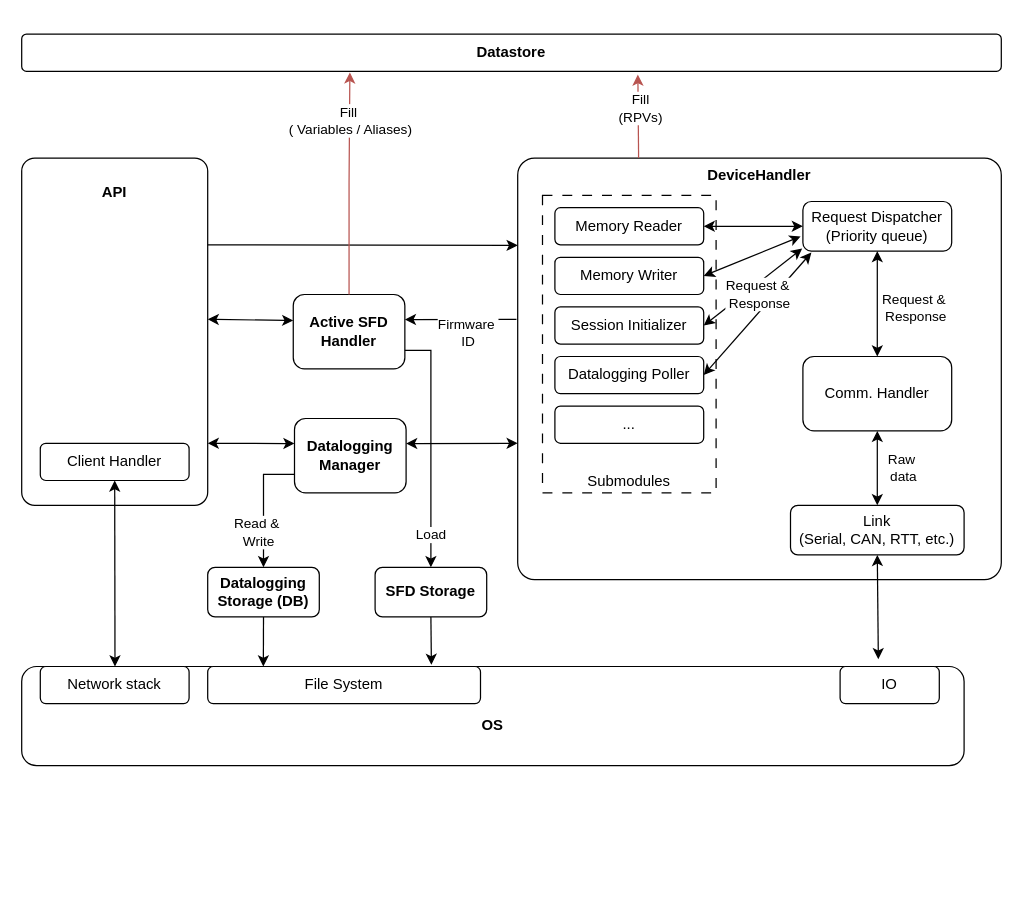
scrutinydebugger/scrutiny-devtools keeps this draw.io diagram as draw.io/server_architecture.drawio. Above is the earlier version. Source tidied: cells renumbered, new cells numbered last; positions are measured from the earlier drawing's top-left corner, leaving out a move shared by most shapes. Both pictures are drawn from the tidied source at 124%, with x=0, y=0 at pixel (21, 33).
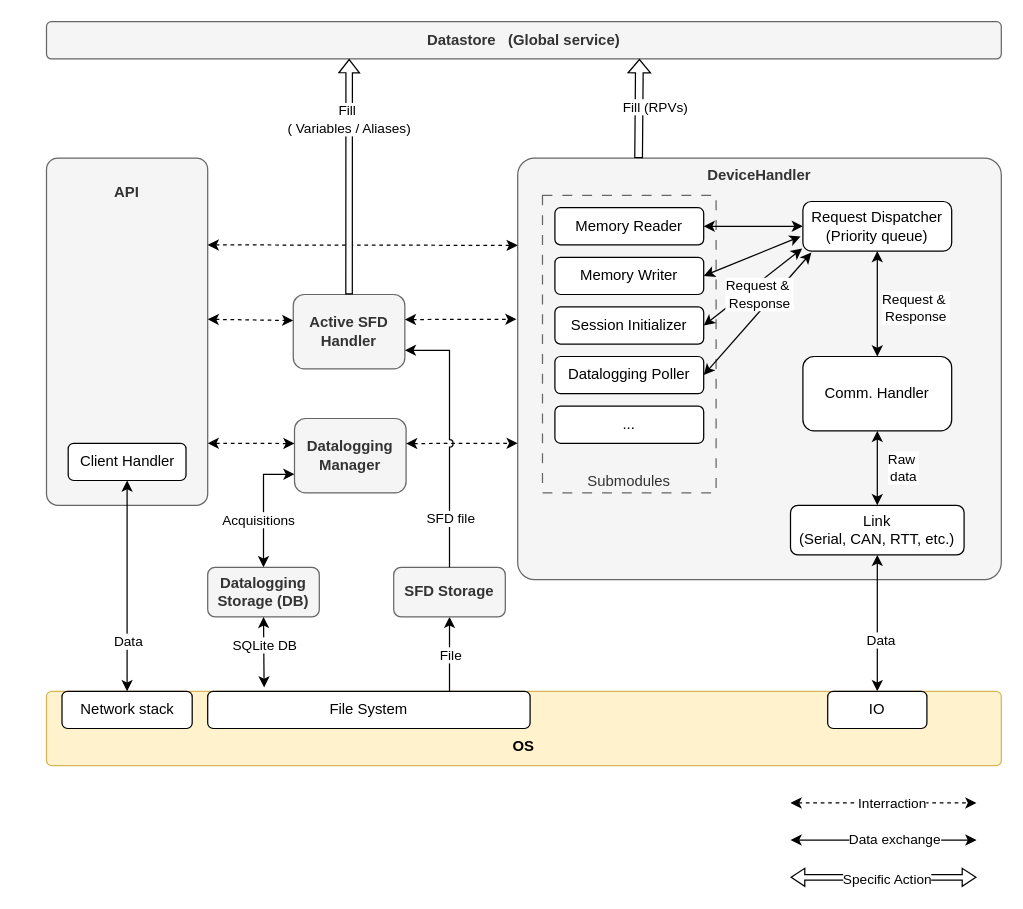
The same page after the edit.

The change refers to these unchanged cells:
```xml
<mxCell id="10" value="Link&lt;br&gt;(Serial, CAN, RTT, etc.)" style="rounded=1;whiteSpace=wrap;html=1;" parent="1" vertex="1">
  <mxGeometry x="620" y="380" width="140" height="40" as="geometry" />
</mxCell>
<mxCell id="21" style="edgeStyle=none;rounded=0;jettySize=auto;html=1;exitX=1;exitY=0.5;exitDx=0;exitDy=0;entryX=0.057;entryY=1.03;entryDx=0;entryDy=0;entryPerimeter=0;startArrow=classic;startFill=1;" parent="1" edge="1" source="23" target="13">
  <mxGeometry relative="1" as="geometry" />
</mxCell>
<mxCell id="26" style="group;verticalAlign=top;" parent="1" vertex="1">
  <mxGeometry y="100" width="150" height="280" as="geometry" />
</mxCell>
```

Change to the diagram source:
```diff
@@
-    <mxCell id="2" style="edgeStyle=orthogonalEdgeStyle;rounded=0;jettySize=auto;html=1;exitX=0;exitY=0.75;exitDx=0;exitDy=0;entryX=0.5;entryY=0;entryDx=0;entryDy=0;" parent="1" edge="1" source="4" target="37">
+    <mxCell id="2" style="edgeStyle=orthogonalEdgeStyle;rounded=0;jettySize=auto;html=1;exitX=0;exitY=0.75;exitDx=0;exitDy=0;entryX=0.5;entryY=0;entryDx=0;entryDy=0;jumpStyle=arc;startArrow=classic;startFill=1;" parent="1" edge="1" source="4" target="37">
       <mxGeometry relative="1" as="geometry" />
     </mxCell>
-    <mxCell id="3" value="&lt;div&gt;Read &amp;amp;&amp;nbsp;&lt;/div&gt;&lt;div&gt;Write&lt;/div&gt;" style="edgeLabel;html=1;align=center;verticalAlign=middle;" parent="2" vertex="1">
+    <mxCell id="3" value="Acquisitions" style="edgeLabel;html=1;align=center;verticalAlign=middle;" parent="2" vertex="1">
       <mxGeometry x="0.45" y="-1" relative="1" as="geometry">
-        <mxPoint x="-4" y="-2" as="offset" />
+        <mxPoint x="-4" y="-12" as="offset" />
       </mxGeometry>
     </mxCell>
-    <mxCell id="4" value="Datalogging Manager" style="rounded=1;whiteSpace=wrap;html=1;fontStyle=1;" parent="1" vertex="1">
+    <mxCell id="4" value="Datalogging Manager" style="rounded=1;whiteSpace=wrap;html=1;fontStyle=1;fillColor=#f5f5f5;fontColor=#333333;strokeColor=#666666;" parent="1" vertex="1">
       <mxGeometry x="220" y="310" width="90" height="60" as="geometry" />
     </mxCell>
-    <mxCell id="5" value="DeviceHandler" style="rounded=1;whiteSpace=wrap;html=1;arcSize=4;verticalAlign=top;fontStyle=1;" parent="1" vertex="1">
+    <mxCell id="5" value="DeviceHandler" style="rounded=1;whiteSpace=wrap;html=1;arcSize=4;verticalAlign=top;fontStyle=1;fillColor=#f5f5f5;fontColor=#333333;strokeColor=#666666;" parent="1" vertex="1">
       <mxGeometry x="400" y="100" width="390" height="340" as="geometry" />
     </mxCell>
@@
-    <mxCell id="9" style="edgeStyle=none;rounded=0;jettySize=auto;html=1;exitX=0.5;exitY=1;exitDx=0;exitDy=0;entryX=0.909;entryY=-0.073;entryDx=0;entryDy=0;startArrow=classic;startFill=1;entryPerimeter=0;" parent="1" edge="1" source="10" target="25">
-      <mxGeometry relative="1" as="geometry" />
-    </mxCell>
+    <mxCell id="51" style="edgeStyle=none;rounded=0;jettySize=auto;html=1;exitX=0.5;exitY=1;exitDx=0;exitDy=0;entryX=0.5;entryY=0;entryDx=0;entryDy=0;startArrow=classic;startFill=1;" parent="1" edge="1" source="10" target="46">
+      <mxGeometry relative="1" as="geometry" />
+    </mxCell>
+    <mxCell id="52" value="Data" style="edgeLabel;html=1;align=center;verticalAlign=middle;" parent="51" vertex="1">
+      <mxGeometry x="0.24" y="2" relative="1" as="geometry" />
+    </mxCell>
@@
-    <mxCell id="14" value="Submodules" style="rounded=1;whiteSpace=wrap;html=1;dashed=1;dashPattern=8 8;arcSize=0;verticalAlign=bottom;" parent="1" vertex="1">
+    <mxCell id="14" value="Submodules" style="rounded=1;whiteSpace=wrap;html=1;dashed=1;dashPattern=8 8;arcSize=0;verticalAlign=bottom;fillColor=#f5f5f5;fontColor=#333333;strokeColor=#666666;" parent="1" vertex="1">
       <mxGeometry x="420" y="130" width="140" height="240" as="geometry" />
     </mxCell>
@@
-    <mxCell id="22" value="&lt;div&gt;Request &amp;amp;&amp;nbsp;&lt;/div&gt;&lt;div&gt;Response&lt;/div&gt;" style="edgeLabel;html=1;align=center;verticalAlign=middle;" parent="21" vertex="1">
+    <mxCell id="22" value="&lt;div&gt;Request &amp;amp;&amp;nbsp;&lt;/div&gt;&lt;div&gt;Response&lt;/div&gt;" style="edgeLabel;html=1;align=center;verticalAlign=middle;labelBackgroundColor=default;" parent="21" vertex="1">
       <mxGeometry x="0.2" y="-2" relative="1" as="geometry">
         <mxPoint x="-9" y="-7" as="offset" />
       </mxGeometry>
     </mxCell>
@@
-    <mxCell id="25" value="&lt;br&gt;&lt;div&gt;OS&lt;/div&gt;" style="rounded=1;whiteSpace=wrap;html=1;fontStyle=1;" parent="1" vertex="1">
-      <mxGeometry y="510" width="760" height="80" as="geometry" />
+    <mxCell id="25" value="&lt;div&gt;&lt;br&gt;&lt;/div&gt;&lt;div&gt;&lt;br&gt;&lt;/div&gt;&lt;div&gt;OS&lt;/div&gt;" style="rounded=1;whiteSpace=wrap;html=1;fontStyle=1;fillColor=#fff2cc;strokeColor=#d6b656;arcSize=7;" parent="1" vertex="1">
+      <mxGeometry x="20" y="530" width="770" height="60" as="geometry" />
     </mxCell>
@@
-    <mxCell id="27" value="&lt;div&gt;&lt;br&gt;&lt;/div&gt;&lt;div&gt;API&lt;/div&gt;" style="rounded=1;whiteSpace=wrap;html=1;arcSize=7;fontStyle=1;verticalAlign=top;" parent="26" vertex="1">
-      <mxGeometry width="150" height="280" as="geometry" />
+    <mxCell id="27" value="&lt;div&gt;&lt;br&gt;&lt;/div&gt;&lt;div&gt;API&lt;/div&gt;" style="rounded=1;whiteSpace=wrap;html=1;arcSize=7;fontStyle=1;verticalAlign=top;fillColor=#f5f5f5;fontColor=#333333;strokeColor=#666666;" parent="26" vertex="1">
+      <mxGeometry x="20" width="130" height="280" as="geometry" />
     </mxCell>
     <mxCell id="28" value="Client Handler" style="rounded=1;whiteSpace=wrap;html=1;" parent="26" vertex="1">
-      <mxGeometry x="15" y="230" width="120" height="30" as="geometry" />
+      <mxGeometry x="37.5" y="230" width="95" height="30" as="geometry" />
     </mxCell>
-    <mxCell id="29" style="edgeStyle=none;rounded=0;jettySize=auto;html=1;exitX=0.5;exitY=1;exitDx=0;exitDy=0;entryX=0.099;entryY=0;entryDx=0;entryDy=0;entryPerimeter=0;startArrow=classic;startFill=1;" parent="1" edge="1" source="28" target="25">
+    <mxCell id="29" style="edgeStyle=none;rounded=0;jettySize=auto;html=1;exitX=0.5;exitY=1;exitDx=0;exitDy=0;entryX=0.5;entryY=0;entryDx=0;entryDy=0;startArrow=classic;startFill=1;" parent="1" edge="1" source="28" target="44">
       <mxGeometry relative="1" as="geometry" />
     </mxCell>
+    <mxCell id="53" value="Data" style="edgeLabel;html=1;align=center;verticalAlign=middle;" parent="29" vertex="1">
+      <mxGeometry x="-0.03" y="4" relative="1" as="geometry">
+        <mxPoint x="-4" y="47" as="offset" />
+      </mxGeometry>
+    </mxCell>
-    <mxCell id="30" style="edgeStyle=none;rounded=0;orthogonalLoop=1;jettySize=auto;html=1;exitX=0;exitY=0.5;exitDx=0;exitDy=0;entryX=1;entryY=0.142;entryDx=0;entryDy=0;entryPerimeter=0;startArrow=classic;startFill=1;" parent="1" edge="1">
+    <mxCell id="30" style="edgeStyle=none;rounded=0;orthogonalLoop=1;jettySize=auto;html=1;exitX=0;exitY=0.5;exitDx=0;exitDy=0;entryX=1;entryY=0.142;entryDx=0;entryDy=0;entryPerimeter=0;startArrow=classic;startFill=1;dashed=1;" parent="1" edge="1">
       <mxGeometry relative="1" as="geometry">
         <mxPoint x="220" y="330.2" as="sourcePoint" />
         <mxPoint x="150" y="330" as="targetPoint" />
       </mxGeometry>
     </mxCell>
-    <mxCell id="31" style="edgeStyle=none;rounded=0;orthogonalLoop=1;jettySize=auto;html=1;exitX=1;exitY=0.5;exitDx=0;exitDy=0;entryX=0;entryY=0.117;entryDx=0;entryDy=0;entryPerimeter=0;startArrow=classic;startFill=1;" parent="1" edge="1">
+    <mxCell id="31" style="edgeStyle=none;rounded=0;orthogonalLoop=1;jettySize=auto;html=1;exitX=1;exitY=0.5;exitDx=0;exitDy=0;entryX=0;entryY=0.117;entryDx=0;entryDy=0;entryPerimeter=0;startArrow=classic;startFill=1;dashed=1;" parent="1" edge="1">
       <mxGeometry relative="1" as="geometry">
         <mxPoint x="310" y="330.2" as="sourcePoint" />
         <mxPoint x="400" y="330" as="targetPoint" />
       </mxGeometry>
     </mxCell>
-    <mxCell id="32" value="Datastore" style="rounded=1;whiteSpace=wrap;html=1;arcSize=13;fontStyle=1;" parent="1" vertex="1">
-      <mxGeometry width="790" height="30" as="geometry" />
+    <mxCell id="32" value="Datastore&amp;nbsp; &amp;nbsp;(Global service)" style="rounded=1;whiteSpace=wrap;html=1;arcSize=13;fontStyle=1;fillColor=#f5f5f5;fontColor=#333333;strokeColor=#666666;" parent="1" vertex="1">
+      <mxGeometry x="20" y="-10" width="770" height="30" as="geometry" />
     </mxCell>
-    <mxCell id="33" style="edgeStyle=none;rounded=0;jettySize=auto;html=1;exitX=1;exitY=0.25;exitDx=0;exitDy=0;entryX=0;entryY=0.207;entryDx=0;entryDy=0;entryPerimeter=0;" parent="1" edge="1" source="27" target="5">
+    <mxCell id="33" style="edgeStyle=none;rounded=0;jettySize=auto;html=1;exitX=1;exitY=0.25;exitDx=0;exitDy=0;entryX=0;entryY=0.207;entryDx=0;entryDy=0;entryPerimeter=0;dashed=1;startArrow=classic;startFill=1;" parent="1" edge="1" source="27" target="5">
       <mxGeometry relative="1" as="geometry" />
     </mxCell>
-    <mxCell id="34" style="edgeStyle=none;rounded=0;jettySize=auto;html=1;exitX=0.25;exitY=0;exitDx=0;exitDy=0;entryX=0.629;entryY=1.089;entryDx=0;entryDy=0;entryPerimeter=0;fillColor=#f8cecc;strokeColor=#b85450;" parent="1" edge="1" source="5" target="32">
+    <mxCell id="34" style="edgeStyle=none;rounded=0;jettySize=auto;html=1;exitX=0.25;exitY=0;exitDx=0;exitDy=0;flowAnimation=0;shadow=0;jumpStyle=arc;shape=flexArrow;fillColor=default;width=6.19047619047619;endSize=3.2523809523809524;endWidth=10.861678004535147;entryX=0.621;entryY=1;entryDx=0;entryDy=0;entryPerimeter=0;" parent="1" edge="1" source="5" target="32">
       <mxGeometry relative="1" as="geometry" />
     </mxCell>
-    <mxCell id="35" value="&lt;div&gt;Fill&lt;/div&gt;&lt;div&gt;(RPVs)&lt;/div&gt;" style="edgeLabel;html=1;align=center;verticalAlign=middle;" parent="34" vertex="1">
+    <mxCell id="35" value="&lt;div&gt;Fill (RPVs)&lt;/div&gt;" style="edgeLabel;html=1;align=center;verticalAlign=middle;" parent="34" vertex="1">
       <mxGeometry x="0.43" y="-1" relative="1" as="geometry">
-        <mxPoint y="8" as="offset" />
+        <mxPoint x="12" y="15" as="offset" />
       </mxGeometry>
     </mxCell>
+    <mxCell id="49" style="edgeStyle=none;rounded=0;jettySize=auto;html=1;exitX=0.5;exitY=1;exitDx=0;exitDy=0;entryX=0.75;entryY=0;entryDx=0;entryDy=0;startArrow=classic;startFill=1;endArrow=none;endFill=0;" parent="1" edge="1" source="36" target="45">
+      <mxGeometry relative="1" as="geometry" />
+    </mxCell>
+    <mxCell id="54" value="File" style="edgeLabel;html=1;align=center;verticalAlign=middle;" parent="49" vertex="1">
+      <mxGeometry x="-0.43" relative="1" as="geometry">
+        <mxPoint y="13" as="offset" />
+      </mxGeometry>
+    </mxCell>
-    <mxCell id="36" value="SFD Storage" style="rounded=1;whiteSpace=wrap;html=1;fontStyle=1;" parent="1" vertex="1">
-      <mxGeometry x="285" y="430" width="90" height="40" as="geometry" />
+    <mxCell id="36" value="SFD Storage" style="rounded=1;whiteSpace=wrap;html=1;fontStyle=1;fillColor=#f5f5f5;fontColor=#333333;strokeColor=#666666;" parent="1" vertex="1">
+      <mxGeometry x="300" y="430" width="90" height="40" as="geometry" />
     </mxCell>
-    <mxCell id="37" value="&lt;div&gt;Datalogging&lt;/div&gt;&lt;div&gt;Storage (DB)&lt;/div&gt;" style="rounded=1;whiteSpace=wrap;html=1;fontStyle=1;" parent="1" vertex="1">
+    <mxCell id="37" value="&lt;div&gt;Datalogging&lt;/div&gt;&lt;div&gt;Storage (DB)&lt;/div&gt;" style="rounded=1;whiteSpace=wrap;html=1;fontStyle=1;fillColor=#f5f5f5;fontColor=#333333;strokeColor=#666666;" parent="1" vertex="1">
       <mxGeometry x="150" y="430" width="90" height="40" as="geometry" />
     </mxCell>
-    <mxCell id="38" value="Active SFD Handler" style="rounded=1;whiteSpace=wrap;html=1;fontStyle=1;" parent="1" vertex="1">
+    <mxCell id="38" value="Active SFD Handler" style="rounded=1;whiteSpace=wrap;html=1;fontStyle=1;fillColor=#f5f5f5;fontColor=#333333;strokeColor=#666666;" parent="1" vertex="1">
       <mxGeometry x="219" y="210" width="90" height="60" as="geometry" />
     </mxCell>
-    <mxCell id="39" style="edgeStyle=none;rounded=0;orthogonalLoop=1;jettySize=auto;html=1;exitX=1;exitY=0.5;exitDx=0;exitDy=0;entryX=0;entryY=0.676;entryDx=0;entryDy=0;entryPerimeter=0;startArrow=classic;startFill=1;endArrow=none;endFill=0;" parent="1" edge="1">
+    <mxCell id="39" style="edgeStyle=none;rounded=0;orthogonalLoop=1;jettySize=auto;html=1;exitX=1;exitY=0.5;exitDx=0;exitDy=0;entryX=0;entryY=0.676;entryDx=0;entryDy=0;entryPerimeter=0;startArrow=classic;startFill=1;endArrow=classic;endFill=1;dashed=1;" parent="1" edge="1">
       <mxGeometry relative="1" as="geometry">
         <mxPoint x="309" y="230.2" as="sourcePoint" />
         <mxPoint x="399" y="230" as="targetPoint" />
       </mxGeometry>
     </mxCell>
-    <mxCell id="40" value="&lt;div&gt;Firmware&amp;nbsp;&lt;/div&gt;&lt;div&gt;ID&lt;/div&gt;" style="edgeLabel;html=1;align=center;verticalAlign=middle;" parent="39" vertex="1">
-      <mxGeometry x="0.1" y="-2" relative="1" as="geometry">
-        <mxPoint y="8" as="offset" />
-      </mxGeometry>
-    </mxCell>
-    <mxCell id="41" style="edgeStyle=none;rounded=0;orthogonalLoop=1;jettySize=auto;html=1;exitX=1.009;exitY=0.817;exitDx=0;exitDy=0;entryX=0;entryY=0.5;entryDx=0;entryDy=0;startArrow=classic;startFill=1;exitPerimeter=0;" parent="1" edge="1">
+    <mxCell id="41" style="edgeStyle=none;rounded=0;orthogonalLoop=1;jettySize=auto;html=1;exitX=1.009;exitY=0.817;exitDx=0;exitDy=0;entryX=0;entryY=0.5;entryDx=0;entryDy=0;startArrow=classic;startFill=1;exitPerimeter=0;jumpStyle=arc;dashed=1;" parent="1" edge="1">
       <mxGeometry relative="1" as="geometry">
         <mxPoint x="150" y="230" as="sourcePoint" />
         <mxPoint x="219" y="231" as="targetPoint" />
       </mxGeometry>
     </mxCell>
-    <mxCell id="42" style="edgeStyle=orthogonalEdgeStyle;rounded=0;jettySize=auto;html=1;exitX=0.5;exitY=0;exitDx=0;exitDy=0;fillColor=#f8cecc;strokeColor=#b85450;entryX=0.335;entryY=1.03;entryDx=0;entryDy=0;entryPerimeter=0;" parent="1" edge="1" source="38" target="32">
+    <mxCell id="42" style="rounded=0;jettySize=auto;html=1;exitX=0.5;exitY=0;exitDx=0;exitDy=0;flowAnimation=0;shadow=0;jumpStyle=arc;shape=flexArrow;fillColor=default;width=5.238095238095238;endSize=3.2238095238095235;endWidth=10.36281179138322;entryX=0.317;entryY=1;entryDx=0;entryDy=0;entryPerimeter=0;" parent="1" edge="1" source="38" target="32">
       <mxGeometry relative="1" as="geometry" />
     </mxCell>
     <mxCell id="43" value="&lt;div&gt;Fill&amp;nbsp;&lt;/div&gt;&lt;div&gt;( Variables / Aliases)&lt;/div&gt;" style="edgeLabel;html=1;align=center;verticalAlign=middle;" parent="42" vertex="1">
       <mxGeometry x="0.79" y="3" relative="1" as="geometry">
-        <mxPoint x="3" y="20" as="offset" />
+        <mxPoint x="2" y="29" as="offset" />
       </mxGeometry>
     </mxCell>
     <mxCell id="44" value="Network stack" style="rounded=1;whiteSpace=wrap;html=1;" parent="1" vertex="1">
-      <mxGeometry x="15" y="510" width="120" height="30" as="geometry" />
+      <mxGeometry x="32.5" y="530" width="105" height="30" as="geometry" />
     </mxCell>
     <mxCell id="45" value="File System" style="rounded=1;whiteSpace=wrap;html=1;" parent="1" vertex="1">
-      <mxGeometry x="150" y="510" width="220" height="30" as="geometry" />
+      <mxGeometry x="150" y="530" width="260" height="30" as="geometry" />
     </mxCell>
     <mxCell id="46" value="IO" style="rounded=1;whiteSpace=wrap;html=1;" parent="1" vertex="1">
-      <mxGeometry x="660" y="510" width="80" height="30" as="geometry" />
+      <mxGeometry x="650" y="530" width="80" height="30" as="geometry" />
     </mxCell>
-    <mxCell id="47" style="edgeStyle=orthogonalEdgeStyle;rounded=0;jettySize=auto;html=1;exitX=1;exitY=0.75;exitDx=0;exitDy=0;entryX=0.5;entryY=0;entryDx=0;entryDy=0;" parent="1" edge="1" source="38" target="36">
+    <mxCell id="47" style="edgeStyle=orthogonalEdgeStyle;rounded=0;jettySize=auto;html=1;exitX=1;exitY=0.75;exitDx=0;exitDy=0;entryX=0.5;entryY=0;entryDx=0;entryDy=0;jumpStyle=arc;startArrow=classic;startFill=1;endArrow=none;endFill=0;" parent="1" edge="1" source="38" target="36">
       <mxGeometry relative="1" as="geometry" />
     </mxCell>
-    <mxCell id="48" value="Load" style="edgeLabel;html=1;align=center;verticalAlign=middle;" parent="47" vertex="1">
+    <mxCell id="48" value="SFD file" style="edgeLabel;html=1;align=center;verticalAlign=middle;" parent="47" vertex="1">
       <mxGeometry x="0.57" y="-1" relative="1" as="geometry">
-        <mxPoint y="15" as="offset" />
+        <mxPoint x="1" y="5" as="offset" />
       </mxGeometry>
     </mxCell>
-    <mxCell id="49" style="edgeStyle=orthogonalEdgeStyle;rounded=0;jettySize=auto;html=1;exitX=0.5;exitY=1;exitDx=0;exitDy=0;entryX=0.82;entryY=-0.044;entryDx=0;entryDy=0;entryPerimeter=0;" parent="1" edge="1" source="36" target="45">
-      <mxGeometry relative="1" as="geometry" />
-    </mxCell>
-    <mxCell id="50" style="edgeStyle=none;rounded=0;jettySize=auto;html=1;exitX=0.5;exitY=1;exitDx=0;exitDy=0;entryX=0.204;entryY=0;entryDx=0;entryDy=0;entryPerimeter=0;" parent="1" edge="1" source="37" target="45">
+    <mxCell id="50" style="edgeStyle=none;rounded=0;jettySize=auto;html=1;exitX=0.5;exitY=1;exitDx=0;exitDy=0;entryX=0.175;entryY=-0.105;entryDx=0;entryDy=0;entryPerimeter=0;startArrow=classic;startFill=1;" parent="1" edge="1" source="37" target="45">
       <mxGeometry relative="1" as="geometry" />
     </mxCell>
+    <mxCell id="55" value="SQLite DB" style="edgeLabel;html=1;align=center;verticalAlign=middle;" parent="50" vertex="1">
+      <mxGeometry x="-0.19" relative="1" as="geometry" />
+    </mxCell>
+    <mxCell id="56" style="edgeStyle=none;rounded=0;orthogonalLoop=1;jettySize=auto;html=1;entryX=0;entryY=0.117;entryDx=0;entryDy=0;entryPerimeter=0;startArrow=classic;startFill=1;dashed=1;" parent="1" edge="1">
+      <mxGeometry relative="1" as="geometry">
+        <mxPoint x="620" y="620" as="sourcePoint" />
+        <mxPoint x="770" y="620" as="targetPoint" />
+      </mxGeometry>
+    </mxCell>
+    <mxCell id="57" value="Interraction" style="edgeLabel;html=1;align=center;verticalAlign=middle;" parent="56" vertex="1">
+      <mxGeometry x="0.46" relative="1" as="geometry">
+        <mxPoint x="-29" as="offset" />
+      </mxGeometry>
+    </mxCell>
+    <mxCell id="58" style="edgeStyle=none;rounded=0;orthogonalLoop=1;jettySize=auto;html=1;entryX=0;entryY=0.117;entryDx=0;entryDy=0;entryPerimeter=0;startArrow=classic;startFill=1;" parent="1" edge="1">
+      <mxGeometry relative="1" as="geometry">
+        <mxPoint x="620" y="650" as="sourcePoint" />
+        <mxPoint x="770" y="650" as="targetPoint" />
+      </mxGeometry>
+    </mxCell>
+    <mxCell id="59" value="Data exchange" style="edgeLabel;html=1;align=center;verticalAlign=middle;" parent="58" vertex="1">
+      <mxGeometry x="0.1" y="1" relative="1" as="geometry" />
+    </mxCell>
+    <mxCell id="60" style="edgeStyle=none;rounded=0;orthogonalLoop=1;jettySize=auto;html=1;entryX=0;entryY=0.117;entryDx=0;entryDy=0;entryPerimeter=0;startArrow=classic;startFill=1;shape=flexArrow;width=4.4;startSize=3.336;startWidth=9.040000000000001;endWidth=9.040000000000001;endSize=3.336;" parent="1" edge="1">
+      <mxGeometry relative="1" as="geometry">
+        <mxPoint x="620" y="680" as="sourcePoint" />
+        <mxPoint x="770" y="680" as="targetPoint" />
+      </mxGeometry>
+    </mxCell>
+    <mxCell id="61" value="Specific Action" style="edgeLabel;html=1;align=center;verticalAlign=middle;" parent="60" vertex="1">
+      <mxGeometry x="0.02" y="-1" relative="1" as="geometry" />
+    </mxCell>
```
